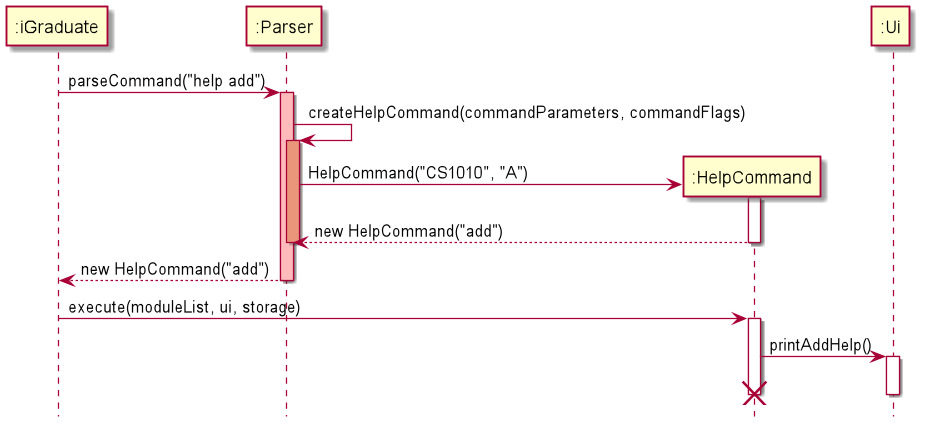
oscarlai1998/tp keeps this PlantUML diagram as docs/images/HelpCommandSequenceDiagram.png. Above is the earlier version. Source of this version:
```plantuml
@startuml
hide footbox

participant ":iGraduate" as iGraduate
participant ":Parser" as Parser
participant ":HelpCommand" as HelpCommand
participant ":Ui" as Ui

iGraduate -> Parser: parseCommand("help add")
activate Parser #FFBBBB

Parser -> Parser: createHelpCommand(commandParameters, commandFlags)
activate Parser #DarkSalmon

create HelpCommand
Parser -> HelpCommand: HelpCommand("CS1010", "A")
activate HelpCommand
HelpCommand --> Parser: new HelpCommand("add")
deactivate HelpCommand
deactivate Parser

Parser --> iGraduate: new HelpCommand("add")
deactivate Parser

iGraduate -> HelpCommand: execute(moduleList, ui, storage)
activate HelpCommand

HelpCommand -> Ui: printAddHelp()
activate Ui
deactivate Ui

destroy HelpCommand

@enduml
```
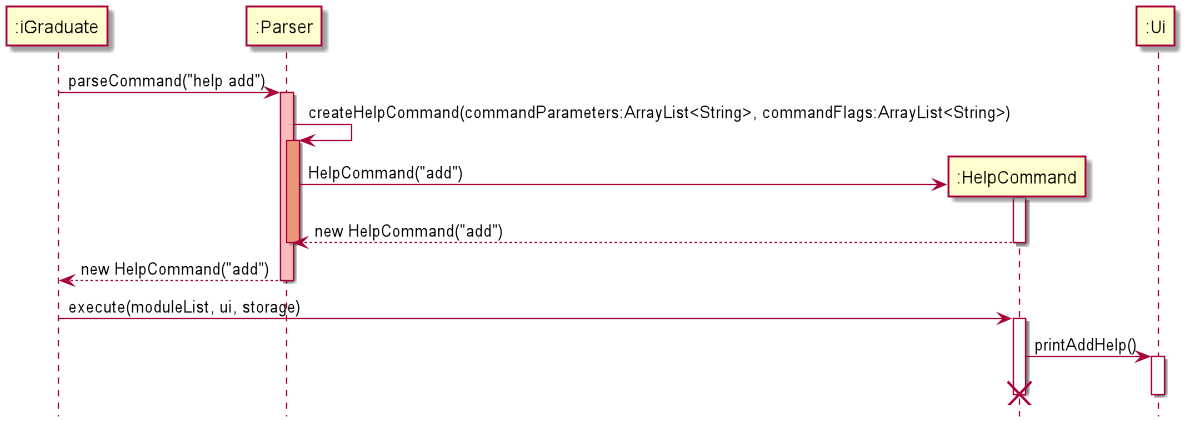
The same diagram one commit later.

Diff of the diagram source:
```diff
@@ -9,11 +9,11 @@
 iGraduate -> Parser: parseCommand("help add")
 activate Parser #FFBBBB
 
-Parser -> Parser: createHelpCommand(commandParameters, commandFlags)
+Parser -> Parser: createHelpCommand(commandParameters:ArrayList<String>, commandFlags:ArrayList<String>)
 activate Parser #DarkSalmon
 
 create HelpCommand
-Parser -> HelpCommand: HelpCommand("CS1010", "A")
+Parser -> HelpCommand: HelpCommand("add")
 activate HelpCommand
 HelpCommand --> Parser: new HelpCommand("add")
 deactivate HelpCommand
```
